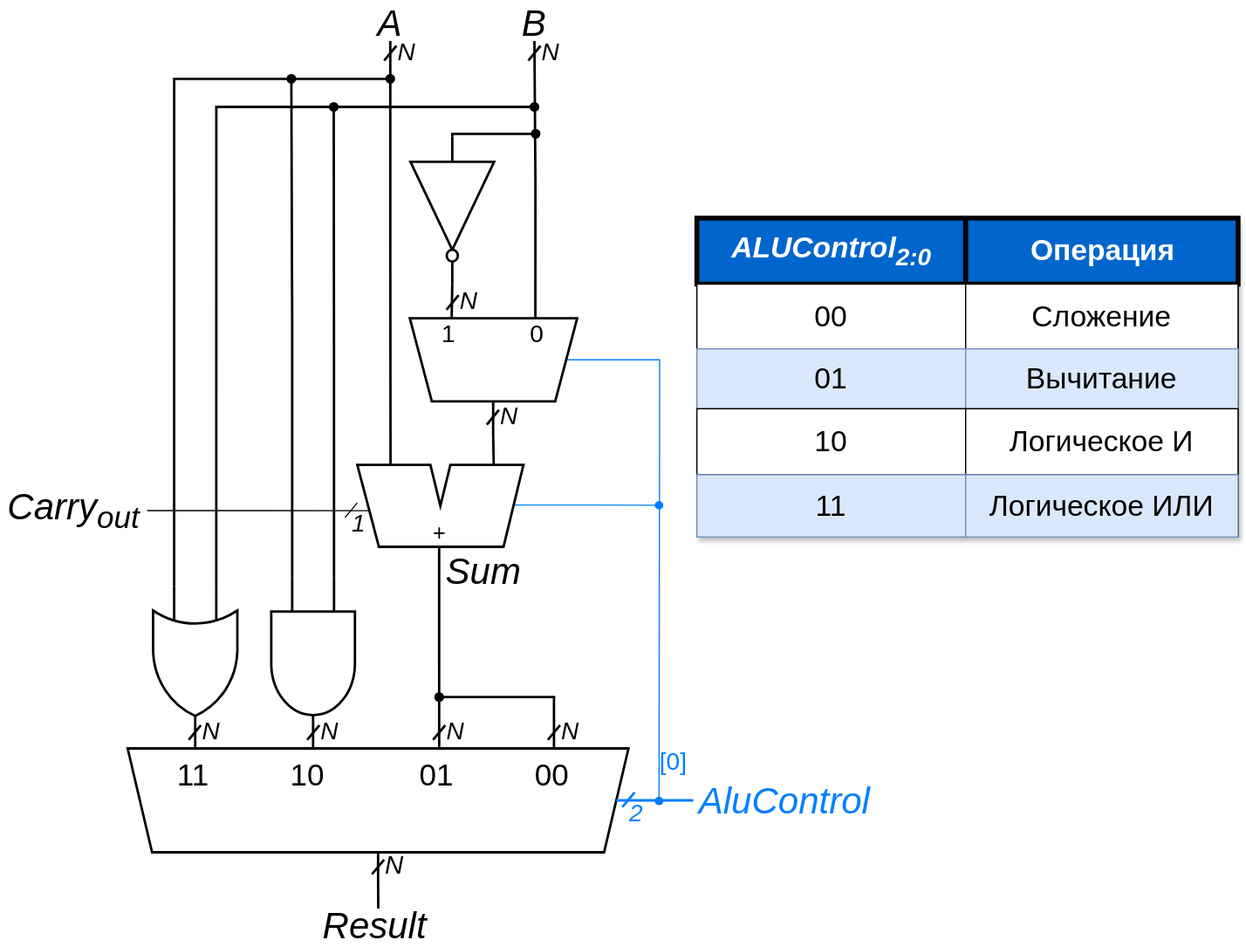
MPSU/APS keeps this draw.io diagram as .pic/Labs/lab_02_alu/fig_02.drawio.svg. Above is the earlier version. Source tidied: cells renumbered, new cells last; positions are measured from the earlier drawing's top-left corner, leaving out a move shared by most shapes.
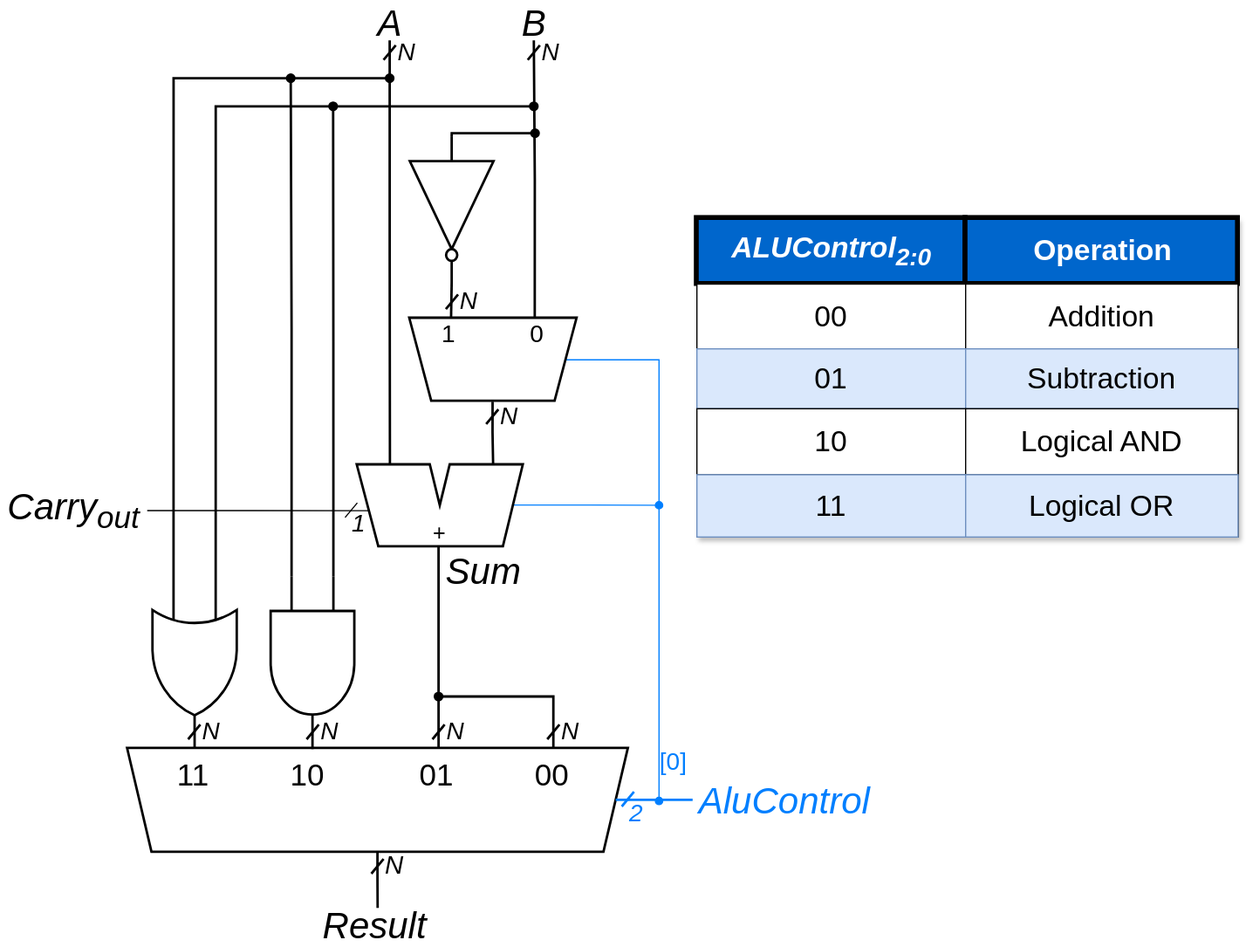
The same file after the commit.

What changed in the source:
```diff
@@ -194,7 +194,7 @@
     <mxCell id="43" value="&lt;i&gt;ALUControl&lt;sub style=&quot;&quot;&gt;&lt;font style=&quot;font-size: 20px;&quot;&gt;2:0&lt;/font&gt;&lt;/sub&gt;&lt;/i&gt;" style="strokeColor=inherit;fillColor=#0066CC;align=center;fontStyle=1;fontColor=#FFFFFF;html=1;strokeWidth=4;fontSize=24;" parent="42" vertex="1">
       <mxGeometry width="220" height="54" as="geometry" />
     </mxCell>
-    <mxCell id="44" value="Операция" style="strokeColor=inherit;fillColor=#0066CC;align=center;fontStyle=1;fontColor=#FFFFFF;html=1;strokeWidth=4;fontSize=24;" parent="42" vertex="1">
+    <mxCell id="44" value="Operation" style="strokeColor=inherit;fillColor=#0066CC;align=center;fontStyle=1;fontColor=#FFFFFF;html=1;strokeWidth=4;fontSize=24;" parent="42" vertex="1">
       <mxGeometry x="220" width="223" height="54" as="geometry" />
     </mxCell>
     <mxCell id="45" style="shape=tableRow;horizontal=0;startSize=0;swimlaneHead=0;swimlaneBody=0;top=0;left=0;bottom=0;right=0;fontStyle=0;strokeColor=inherit;fillColor=#ffffff;fontSize=24;" parent="41" vertex="1">
@@ -203,7 +203,7 @@
     <mxCell id="46" value="00" style="strokeColor=inherit;fillColor=inherit;align=center;whiteSpace=wrap;html=1;fontSize=24;" parent="45" vertex="1">
       <mxGeometry width="220" height="53" as="geometry" />
     </mxCell>
-    <mxCell id="47" value="Сложение" style="strokeColor=inherit;fillColor=inherit;align=center;whiteSpace=wrap;html=1;fontSize=24;" parent="45" vertex="1">
+    <mxCell id="47" value="Addition" style="strokeColor=inherit;fillColor=inherit;align=center;whiteSpace=wrap;html=1;fontSize=24;" parent="45" vertex="1">
       <mxGeometry x="220" width="223" height="53" as="geometry" />
     </mxCell>
     <mxCell id="48" style="shape=tableRow;horizontal=0;startSize=0;swimlaneHead=0;swimlaneBody=0;top=0;left=0;bottom=0;right=0;fontStyle=1;strokeColor=inherit;fillColor=#EAF2D3;fontSize=24;" parent="41" vertex="1">
@@ -212,7 +212,7 @@
     <mxCell id="49" value="01" style="strokeColor=#6c8ebf;fillColor=#dae8fc;whiteSpace=wrap;html=1;fontSize=24;" parent="48" vertex="1">
       <mxGeometry width="220" height="49" as="geometry" />
     </mxCell>
-    <mxCell id="50" value="Вычитание" style="strokeColor=#6c8ebf;fillColor=#dae8fc;whiteSpace=wrap;html=1;fontSize=24;" parent="48" vertex="1">
+    <mxCell id="50" value="Subtraction" style="strokeColor=#6c8ebf;fillColor=#dae8fc;whiteSpace=wrap;html=1;fontSize=24;" parent="48" vertex="1">
       <mxGeometry x="220" width="223" height="49" as="geometry" />
     </mxCell>
     <mxCell id="51" style="shape=tableRow;horizontal=0;startSize=0;swimlaneHead=0;swimlaneBody=0;top=0;left=0;bottom=0;right=0;fontStyle=0;strokeColor=inherit;fillColor=#ffffff;fontSize=24;" parent="41" vertex="1">
@@ -221,7 +221,7 @@
     <mxCell id="52" value="10" style="strokeColor=inherit;fillColor=inherit;fontStyle=0;align=center;whiteSpace=wrap;html=1;fontSize=24;" parent="51" vertex="1">
       <mxGeometry width="220" height="54" as="geometry" />
     </mxCell>
-    <mxCell id="53" value="Логическое И" style="strokeColor=inherit;fillColor=inherit;fontStyle=0;align=center;whiteSpace=wrap;html=1;fontSize=24;" parent="51" vertex="1">
+    <mxCell id="53" value="Logical AND" style="strokeColor=inherit;fillColor=inherit;fontStyle=0;align=center;whiteSpace=wrap;html=1;fontSize=24;" parent="51" vertex="1">
       <mxGeometry x="220" width="223" height="54" as="geometry" />
     </mxCell>
     <mxCell id="54" style="shape=tableRow;horizontal=0;startSize=0;swimlaneHead=0;swimlaneBody=0;top=0;left=0;bottom=0;right=0;fontStyle=1;strokeColor=inherit;fillColor=#EAF2D3;fontSize=24;" parent="41" vertex="1">
@@ -230,7 +230,7 @@
     <mxCell id="55" value="11" style="strokeColor=#6c8ebf;fillColor=#dae8fc;whiteSpace=wrap;html=1;fontSize=24;" parent="54" vertex="1">
       <mxGeometry width="220" height="51" as="geometry" />
     </mxCell>
-    <mxCell id="56" value="Логическое ИЛИ" style="strokeColor=#6c8ebf;fillColor=#dae8fc;whiteSpace=wrap;html=1;fontSize=24;" parent="54" vertex="1">
+    <mxCell id="56" value="Logical OR" style="strokeColor=#6c8ebf;fillColor=#dae8fc;whiteSpace=wrap;html=1;fontSize=24;" parent="54" vertex="1">
       <mxGeometry x="220" width="223" height="51" as="geometry" />
     </mxCell>
     <mxCell id="57" style="endArrow=none;html=1;rounded=0;strokeWidth=1;strokeColor=#000000;" parent="1" edge="1">
```
